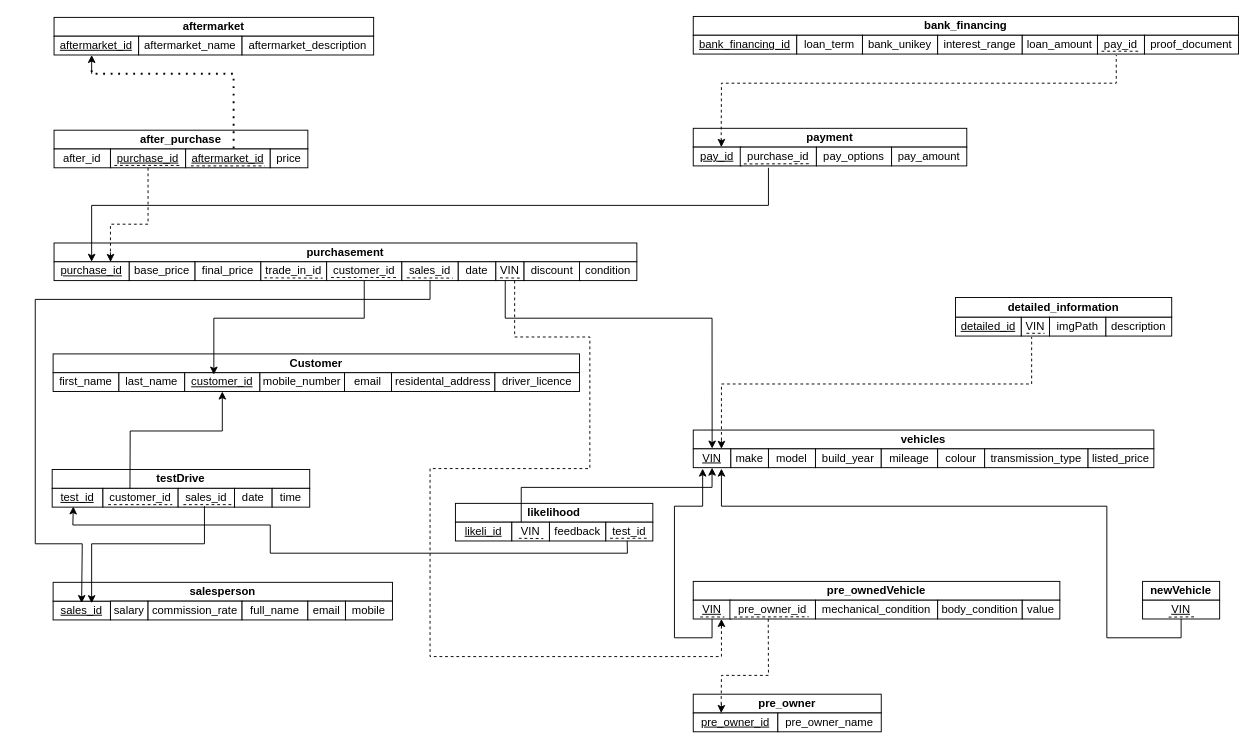
Earlier version of the draw.io diagram 未命名绘图.drawio (Syrus-jpg/LeetCode). Source tidied: cells renumbered, new cells numbered last; positions are measured from the earlier drawing's top-left corner, leaving out a move shared by most shapes. Both pictures are drawn from the tidied source at 94%, with x=0, y=0 at pixel (35, 16).
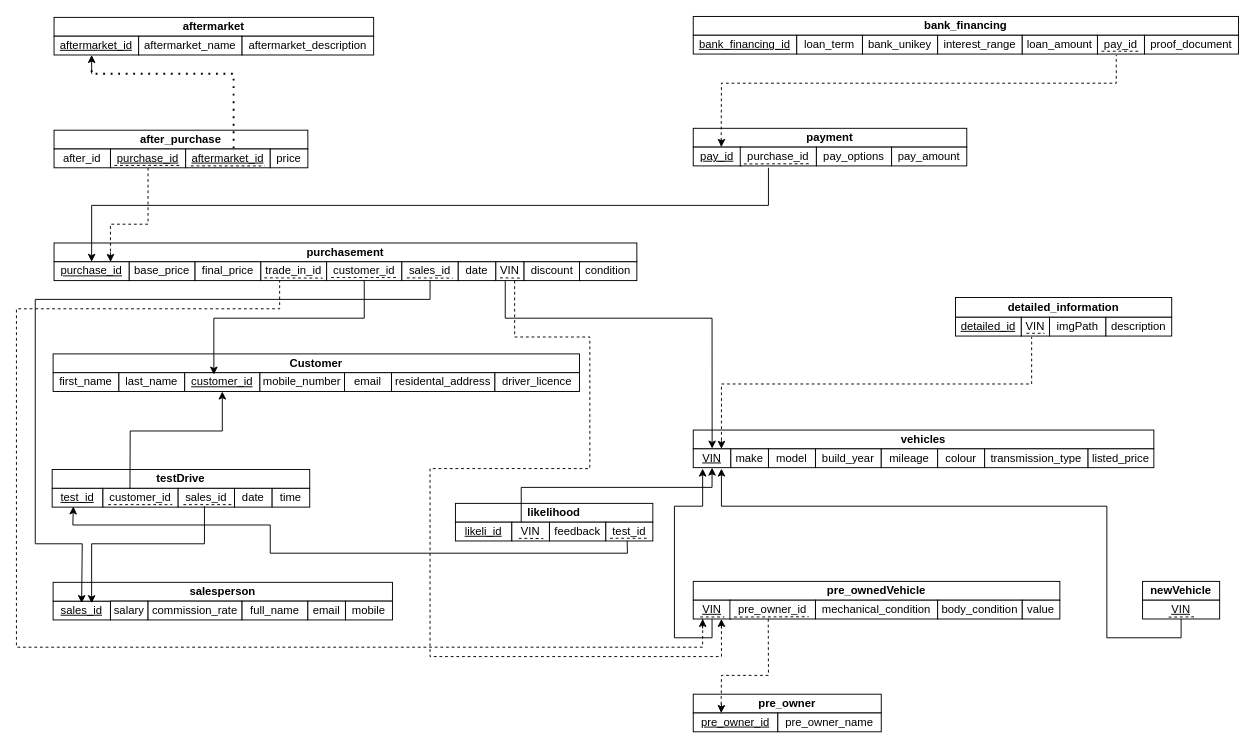
The same page after the edit.

Commit message (it also covers changes not shown here):
更新未命名绘图.drawio

Unchanged cells that the change refers to:
```xml
<mxCell id="77" value="&lt;u&gt;VIN&lt;/u&gt;" style="rounded=0;whiteSpace=wrap;html=1;" parent="1" vertex="1">
  <mxGeometry x="700" y="621" width="40" height="20" as="geometry" />
</mxCell>
```

Change to the diagram source:
```diff
@@
+    <mxCell id="125" style="endArrow=none;dashed=1;html=1;rounded=0;exitX=0.25;exitY=1;exitDx=0;exitDy=0;" parent="1" edge="1" source="77">
+      <mxGeometry relative="1" as="geometry">
+        <mxPoint x="260" y="281" as="targetPoint" />
+        <Array as="points">
+          <mxPoint x="710" y="671" />
+          <mxPoint x="-20" y="671" />
+          <mxPoint x="-20" y="311" />
+          <mxPoint x="260" y="311" />
+        </Array>
+      </mxGeometry>
+    </mxCell>
+    <mxCell id="126" style="endArrow=classic;html=1;rounded=0;" parent="1" edge="1">
+      <mxGeometry relative="1" as="geometry">
+        <mxPoint x="710" y="651" as="sourcePoint" />
+        <mxPoint x="710" y="641" as="targetPoint" />
+      </mxGeometry>
+    </mxCell>
```
